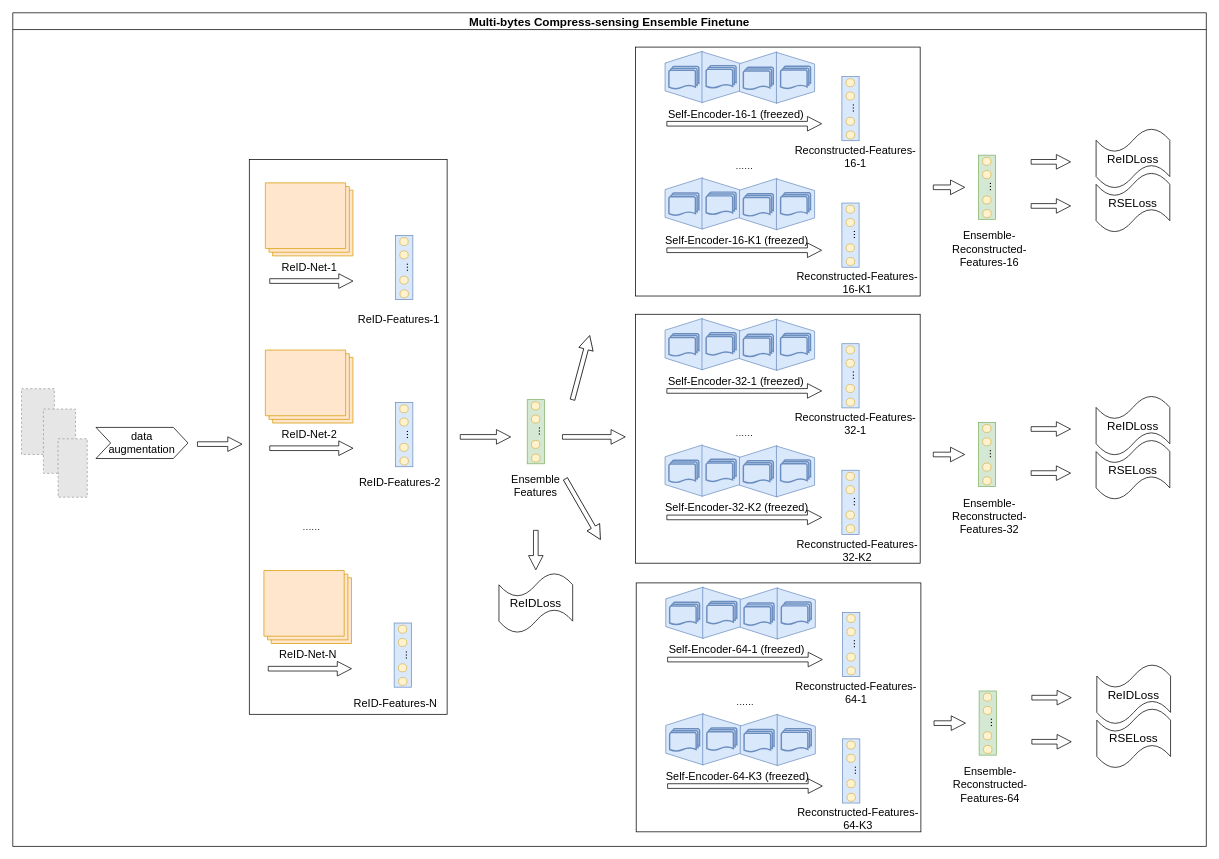
Wu-Xiang123/Hello-GItHub keeps this draw.io diagram as naic21.joint.ensemble2.drawio. Above is the earlier version. Source tidied: cells renumbered, new cells numbered last; positions are measured from the earlier drawing's top-left corner, leaving out a move shared by most shapes. Both pictures are drawn from the tidied source at 73%, with x=0, y=0 at pixel (12, 12). Pictures stored in the file or linked from it are replaced by grey dashed boxes.
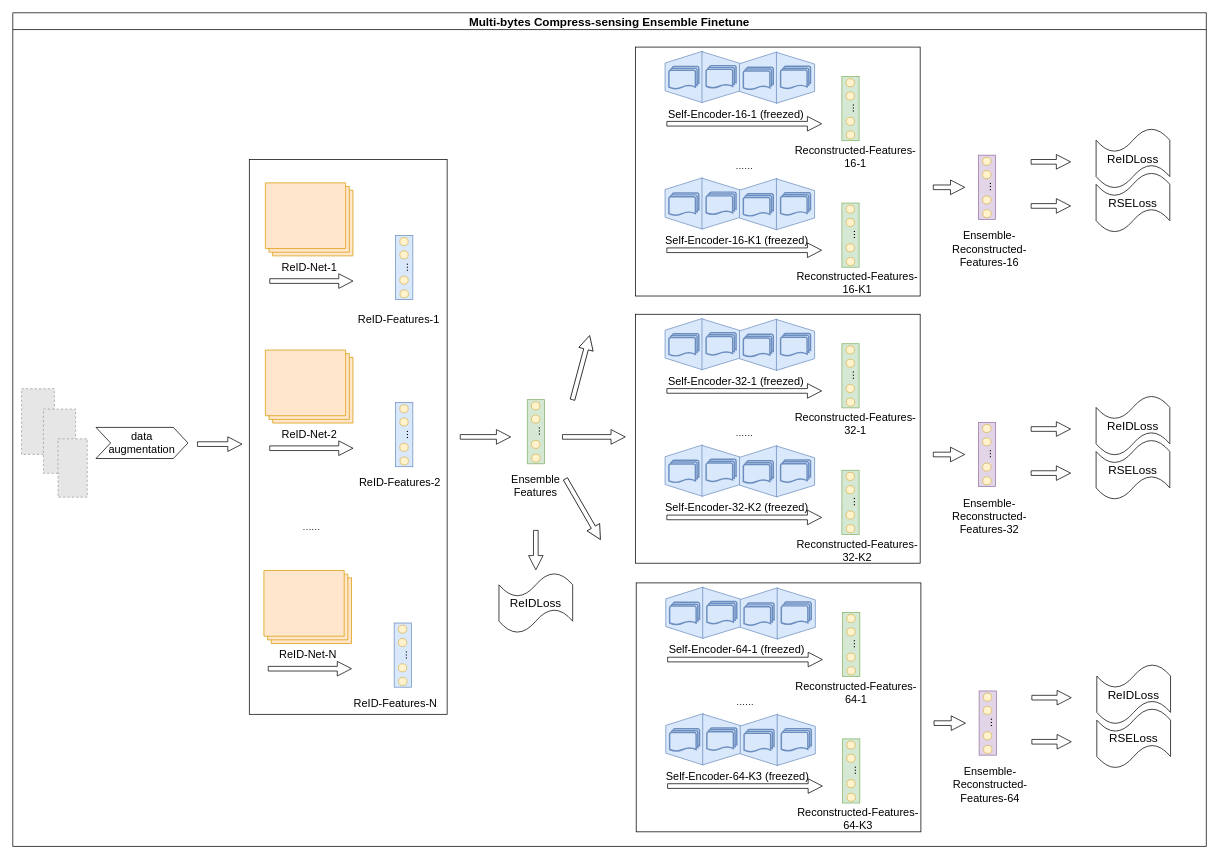
The same page after the edit.

Unchanged cells that the change refers to:
```xml
<mxCell id="68" style="group;fontSize=15;" parent="55" vertex="1">
  <mxGeometry x="282.7" y="40.4" width="23.7" height="87.9" as="geometry" />
</mxCell>
<mxCell id="84" style="group;fontSize=15;" parent="55" vertex="1">
  <mxGeometry x="282.7" y="213.7" width="23.7" height="87.9" as="geometry" />
</mxCell>
<mxCell id="97" style="group;fontSize=15;" parent="95" vertex="1">
  <mxGeometry x="54.7" width="23.7" height="87.9" as="geometry" />
</mxCell>
<mxCell id="120" style="group;fontSize=15;" parent="107" vertex="1">
  <mxGeometry x="282.7" y="40.4" width="23.7" height="87.9" as="geometry" />
</mxCell>
<mxCell id="136" style="group;fontSize=15;" parent="107" vertex="1">
  <mxGeometry x="282.7" y="213.7" width="23.7" height="87.9" as="geometry" />
</mxCell>
<mxCell id="149" style="group;fontSize=15;" parent="147" vertex="1">
  <mxGeometry x="54.7" width="23.7" height="87.9" as="geometry" />
</mxCell>
<mxCell id="170" style="group;fontSize=15;" parent="157" vertex="1">
  <mxGeometry x="282.7" y="40.4" width="23.7" height="87.9" as="geometry" />
</mxCell>
<mxCell id="186" style="group;fontSize=15;" parent="157" vertex="1">
  <mxGeometry x="282.7" y="213.7" width="23.7" height="87.9" as="geometry" />
</mxCell>
<mxCell id="199" style="group;fontSize=15;" parent="197" vertex="1">
  <mxGeometry x="54.7" width="23.7" height="87.9" as="geometry" />
</mxCell>
```

What changed in the source:
```diff
@@
-    <mxCell id="69" value="..." style="rounded=0;whiteSpace=wrap;html=1;fontSize=15;rotation=-90;fillColor=#dae8fc;strokeColor=#6c8ebf;" parent="68" vertex="1">
+    <mxCell id="69" value="..." style="rounded=0;whiteSpace=wrap;html=1;fontSize=15;rotation=-90;fillColor=#d5e8d4;strokeColor=#82b366;" parent="68" vertex="1">
       <mxGeometry x="-32.1" y="32.1" width="87.9" height="23.6" as="geometry" />
     </mxCell>
@@
-    <mxCell id="85" value="..." style="rounded=0;whiteSpace=wrap;html=1;fontSize=15;rotation=-90;fillColor=#dae8fc;strokeColor=#6c8ebf;" parent="84" vertex="1">
+    <mxCell id="85" value="..." style="rounded=0;whiteSpace=wrap;html=1;fontSize=15;rotation=-90;fillColor=#d5e8d4;strokeColor=#82b366;" parent="84" vertex="1">
       <mxGeometry x="-32.1" y="32.1" width="87.9" height="23.6" as="geometry" />
     </mxCell>
@@
-    <mxCell id="98" value="..." style="rounded=0;whiteSpace=wrap;html=1;fontSize=15;rotation=-90;fillColor=#d5e8d4;strokeColor=#82b366;" parent="97" vertex="1">
+    <mxCell id="98" value="..." style="rounded=0;whiteSpace=wrap;html=1;fontSize=15;rotation=-90;fillColor=#e1d5e7;strokeColor=#9673a6;" parent="97" vertex="1">
       <mxGeometry x="-32.1" y="32.1" width="87.9" height="23.6" as="geometry" />
     </mxCell>
@@
-    <mxCell id="121" value="..." style="rounded=0;whiteSpace=wrap;html=1;fontSize=15;rotation=-90;fillColor=#dae8fc;strokeColor=#6c8ebf;" parent="120" vertex="1">
+    <mxCell id="121" value="..." style="rounded=0;whiteSpace=wrap;html=1;fontSize=15;rotation=-90;fillColor=#d5e8d4;strokeColor=#82b366;" parent="120" vertex="1">
       <mxGeometry x="-32.1" y="32.1" width="87.9" height="23.6" as="geometry" />
     </mxCell>
@@
-    <mxCell id="137" value="..." style="rounded=0;whiteSpace=wrap;html=1;fontSize=15;rotation=-90;fillColor=#dae8fc;strokeColor=#6c8ebf;" parent="136" vertex="1">
+    <mxCell id="137" value="..." style="rounded=0;whiteSpace=wrap;html=1;fontSize=15;rotation=-90;fillColor=#d5e8d4;strokeColor=#82b366;" parent="136" vertex="1">
       <mxGeometry x="-32.1" y="32.1" width="87.9" height="23.6" as="geometry" />
     </mxCell>
@@
-    <mxCell id="150" value="..." style="rounded=0;whiteSpace=wrap;html=1;fontSize=15;rotation=-90;fillColor=#d5e8d4;strokeColor=#82b366;" parent="149" vertex="1">
+    <mxCell id="150" value="..." style="rounded=0;whiteSpace=wrap;html=1;fontSize=15;rotation=-90;fillColor=#e1d5e7;strokeColor=#9673a6;" parent="149" vertex="1">
       <mxGeometry x="-32.1" y="32.1" width="87.9" height="23.6" as="geometry" />
     </mxCell>
@@
-    <mxCell id="171" value="..." style="rounded=0;whiteSpace=wrap;html=1;fontSize=15;rotation=-90;fillColor=#dae8fc;strokeColor=#6c8ebf;" parent="170" vertex="1">
+    <mxCell id="171" value="..." style="rounded=0;whiteSpace=wrap;html=1;fontSize=15;rotation=-90;fillColor=#d5e8d4;strokeColor=#82b366;" parent="170" vertex="1">
       <mxGeometry x="-32.1" y="32.1" width="87.9" height="23.6" as="geometry" />
     </mxCell>
@@
-    <mxCell id="187" value="..." style="rounded=0;whiteSpace=wrap;html=1;fontSize=15;rotation=-90;fillColor=#dae8fc;strokeColor=#6c8ebf;" parent="186" vertex="1">
+    <mxCell id="187" value="..." style="rounded=0;whiteSpace=wrap;html=1;fontSize=15;rotation=-90;fillColor=#d5e8d4;strokeColor=#82b366;" parent="186" vertex="1">
       <mxGeometry x="-32.1" y="32.1" width="87.9" height="23.6" as="geometry" />
     </mxCell>
@@
-    <mxCell id="200" value="..." style="rounded=0;whiteSpace=wrap;html=1;fontSize=15;rotation=-90;fillColor=#d5e8d4;strokeColor=#82b366;" parent="199" vertex="1">
+    <mxCell id="200" value="..." style="rounded=0;whiteSpace=wrap;html=1;fontSize=15;rotation=-90;fillColor=#e1d5e7;strokeColor=#9673a6;" parent="199" vertex="1">
       <mxGeometry x="-32.1" y="32.1" width="87.9" height="23.6" as="geometry" />
     </mxCell>
```
